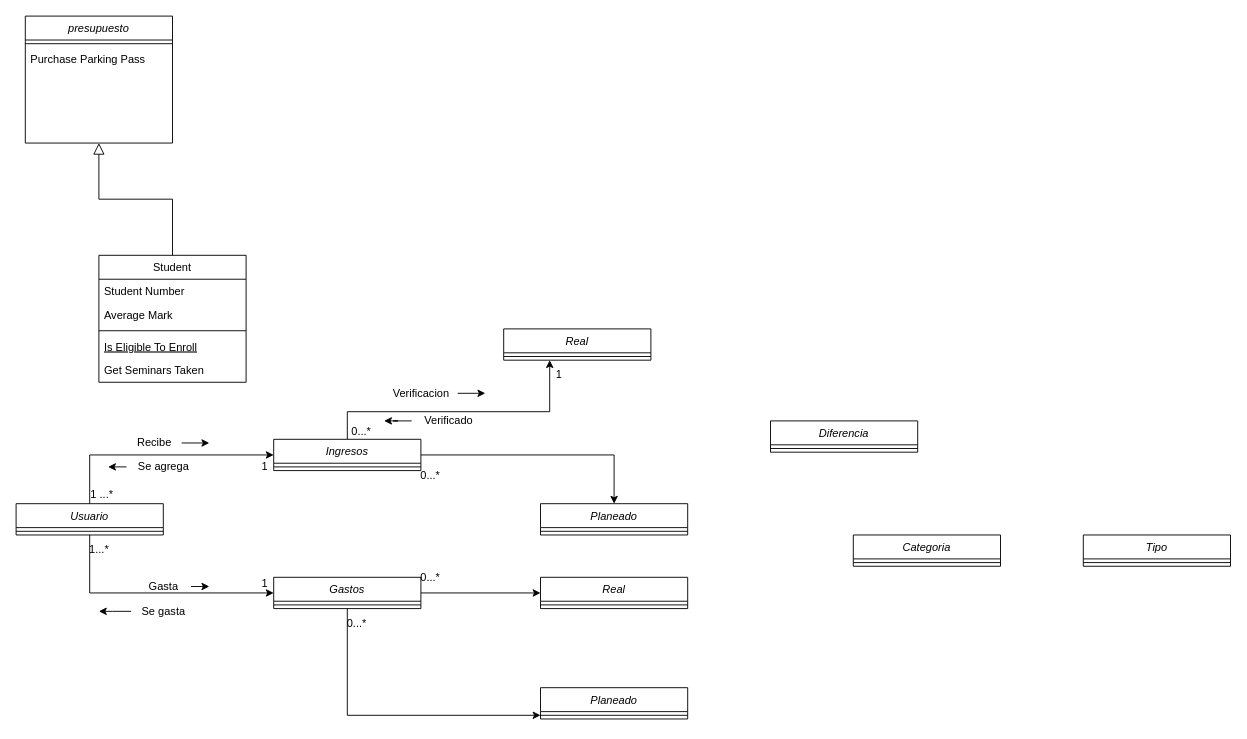
The draw.io diagram page "Anemico" (1 of 3) of Modelo de dominio.drawio in DOOPan2022/Presupuesto, before the edit. Source tidied: cells renumbered, new cells numbered last; positions are measured from the earlier drawing's top-left corner, leaving out a move shared by most shapes. Both pictures are drawn from the tidied source at 92%, with x=0, y=0 at pixel (16, 16).
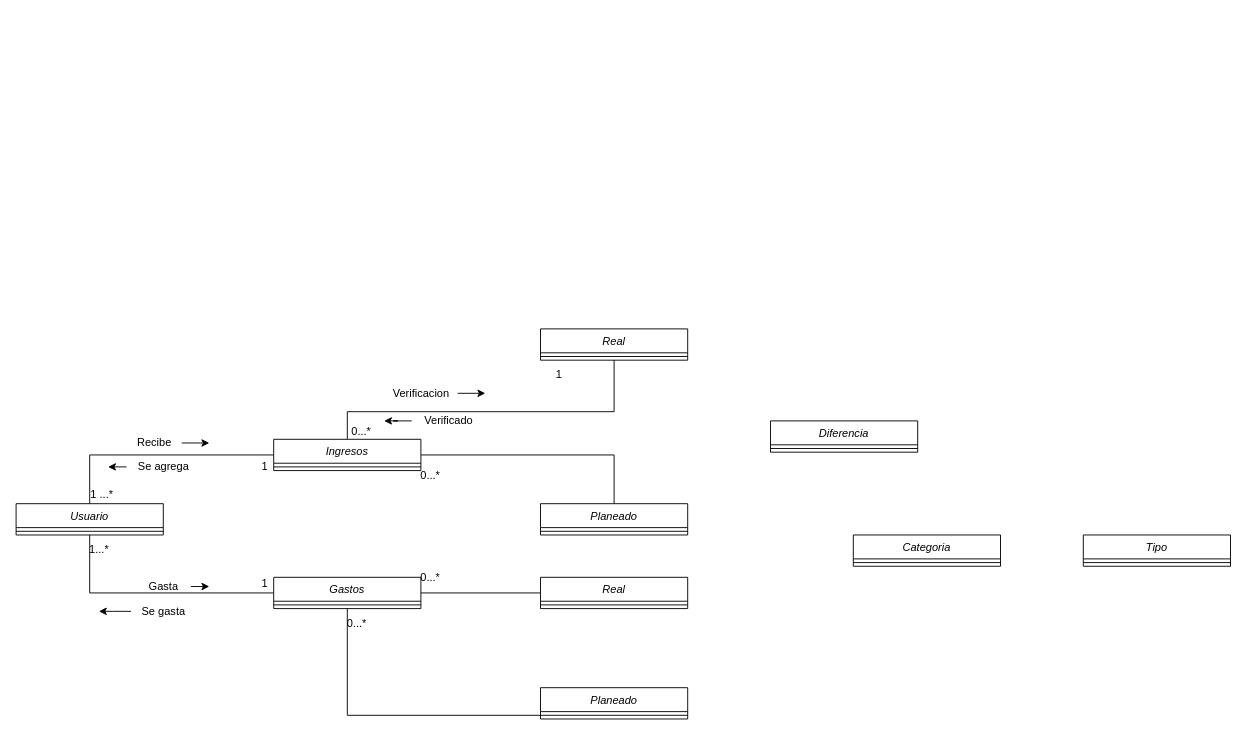
Above is the later version.

The change refers to these unchanged cells:
```xml
<mxCell id="14" value="Usuario" style="swimlane;fontStyle=2;align=center;verticalAlign=top;horizontal=1;startSize=26;rounded=0;shadow=0;strokeWidth=1;" parent="1" vertex="1">
  <mxGeometry y="530" width="160" height="34" as="geometry" />
</mxCell>
<mxCell id="18" value="Ingresos" style="swimlane;fontStyle=2;align=center;verticalAlign=top;horizontal=1;startSize=26;rounded=0;shadow=0;strokeWidth=1;" parent="1" vertex="1">
  <mxGeometry x="280" y="460" width="160" height="34" as="geometry" />
</mxCell>
<mxCell id="22" value="Gastos" style="swimlane;fontStyle=2;align=center;verticalAlign=top;horizontal=1;startSize=26;rounded=0;shadow=0;strokeWidth=1;" parent="1" vertex="1">
  <mxGeometry x="280" y="610" width="160" height="34" as="geometry" />
</mxCell>
<mxCell id="24" value="Planeado" style="swimlane;fontStyle=2;align=center;verticalAlign=top;horizontal=1;startSize=26;rounded=0;shadow=0;strokeWidth=1;" parent="1" vertex="1">
  <mxGeometry x="570" y="530" width="160" height="34" as="geometry" />
</mxCell>
<mxCell id="35" style="line;html=1;strokeWidth=1;align=left;verticalAlign=middle;spacingTop=-1;spacingLeft=3;spacingRight=3;labelPosition=right;points=[];portConstraint=eastwest;" parent="34" vertex="1">
  <mxGeometry y="26" width="160" height="8" as="geometry" />
</mxCell>
<mxCell id="36" value="Real" style="swimlane;fontStyle=2;align=center;verticalAlign=top;horizontal=1;startSize=26;rounded=0;shadow=0;strokeWidth=1;" parent="1" vertex="1">
  <mxGeometry x="570" y="610" width="160" height="34" as="geometry" />
</mxCell>
```

Change to the diagram source:
```diff
@@
-    <mxCell id="2" value="presupuesto" style="swimlane;fontStyle=2;align=center;verticalAlign=top;horizontal=1;startSize=26;rounded=0;shadow=0;strokeWidth=1;" parent="1" vertex="1">
-      <mxGeometry x="10" width="160" height="138" as="geometry" />
-    </mxCell>
-    <mxCell id="3" style="line;html=1;strokeWidth=1;align=left;verticalAlign=middle;spacingTop=-1;spacingLeft=3;spacingRight=3;labelPosition=right;" parent="2" vertex="1">
-      <mxGeometry y="26" width="160" height="8" as="geometry" />
-    </mxCell>
-    <mxCell id="4" value="Purchase Parking Pass" style="text;align=left;verticalAlign=top;spacingLeft=4;spacingRight=4;overflow=hidden;" parent="2" vertex="1">
-      <mxGeometry y="34" width="160" height="26" as="geometry" />
-    </mxCell>
-    <mxCell id="5" value="Student" style="swimlane;fontStyle=0;align=center;verticalAlign=top;horizontal=1;startSize=26;rounded=0;shadow=0;strokeWidth=1;" parent="1" vertex="1">
-      <mxGeometry x="90" y="260" width="160" height="138" as="geometry" />
-    </mxCell>
-    <mxCell id="6" value="Student Number" style="text;align=left;verticalAlign=top;spacingLeft=4;spacingRight=4;overflow=hidden;" parent="5" vertex="1">
-      <mxGeometry y="26" width="160" height="26" as="geometry" />
-    </mxCell>
-    <mxCell id="7" value="Average Mark" style="text;align=left;verticalAlign=top;spacingLeft=4;spacingRight=4;overflow=hidden;rounded=0;shadow=0;html=0;" parent="5" vertex="1">
-      <mxGeometry y="52" width="160" height="26" as="geometry" />
-    </mxCell>
-    <mxCell id="8" style="line;html=1;strokeWidth=1;align=left;verticalAlign=middle;spacingTop=-1;spacingLeft=3;spacingRight=3;labelPosition=right;" parent="5" vertex="1">
-      <mxGeometry y="78" width="160" height="8" as="geometry" />
-    </mxCell>
-    <mxCell id="9" value="Is Eligible To Enroll" style="text;align=left;verticalAlign=top;spacingLeft=4;spacingRight=4;overflow=hidden;fontStyle=4;" parent="5" vertex="1">
-      <mxGeometry y="86" width="160" height="26" as="geometry" />
-    </mxCell>
-    <mxCell id="10" value="Get Seminars Taken" style="text;align=left;verticalAlign=top;spacingLeft=4;spacingRight=4;overflow=hidden;" parent="5" vertex="1">
-      <mxGeometry y="112" width="160" height="26" as="geometry" />
-    </mxCell>
-    <mxCell id="11" style="endArrow=block;endSize=10;endFill=0;shadow=0;strokeWidth=1;rounded=0;edgeStyle=elbowEdgeStyle;elbow=vertical;" parent="1" edge="1" source="5" target="2">
-      <mxGeometry relative="1" as="geometry" />
-    </mxCell>
-    <mxCell id="12" style="edgeStyle=orthogonalEdgeStyle;rounded=0;jettySize=auto;html=1;entryX=0;entryY=0.5;entryDx=0;entryDy=0;" parent="1" edge="1" source="14" target="18">
+    <mxCell id="12" style="edgeStyle=orthogonalEdgeStyle;rounded=0;jettySize=auto;html=1;entryX=0;entryY=0.5;entryDx=0;entryDy=0;endArrow=none;endFill=0;" parent="1" edge="1" source="14" target="18">
       <mxGeometry relative="1" as="geometry">
         <Array as="points">
           <mxPoint x="80" y="477" />
         </Array>
       </mxGeometry>
     </mxCell>
-    <mxCell id="13" style="edgeStyle=orthogonalEdgeStyle;rounded=0;jettySize=auto;html=1;" parent="1" edge="1" source="14" target="22">
+    <mxCell id="13" style="edgeStyle=orthogonalEdgeStyle;rounded=0;jettySize=auto;html=1;endArrow=none;endFill=0;" parent="1" edge="1" source="14" target="22">
       <mxGeometry relative="1" as="geometry">
         <Array as="points">
           <mxPoint x="80" y="627" />
         </Array>
       </mxGeometry>
     </mxCell>
@@
-    <mxCell id="16" style="edgeStyle=orthogonalEdgeStyle;rounded=0;jettySize=auto;html=1;" parent="1" edge="1" source="18" target="26">
+    <mxCell id="16" style="edgeStyle=orthogonalEdgeStyle;rounded=0;jettySize=auto;html=1;endArrow=none;endFill=0;" parent="1" edge="1" source="18" target="26">
       <mxGeometry relative="1" as="geometry">
         <Array as="points">
           <mxPoint x="360" y="430" />
-          <mxPoint x="580" y="430" />
+          <mxPoint x="650" y="430" />
         </Array>
       </mxGeometry>
     </mxCell>
-    <mxCell id="17" style="edgeStyle=orthogonalEdgeStyle;rounded=0;jettySize=auto;html=1;entryX=0.5;entryY=0;entryDx=0;entryDy=0;" parent="1" edge="1" source="18" target="24">
+    <mxCell id="17" style="edgeStyle=orthogonalEdgeStyle;rounded=0;jettySize=auto;html=1;entryX=0.5;entryY=0;entryDx=0;entryDy=0;endArrow=none;endFill=0;" parent="1" edge="1" source="18" target="24">
       <mxGeometry relative="1" as="geometry">
         <Array as="points">
           <mxPoint x="650" y="477" />
         </Array>
       </mxGeometry>
     </mxCell>
@@
-    <mxCell id="20" style="edgeStyle=orthogonalEdgeStyle;rounded=0;jettySize=auto;html=1;" parent="1" edge="1" source="22" target="36">
+    <mxCell id="20" style="edgeStyle=orthogonalEdgeStyle;rounded=0;jettySize=auto;html=1;endArrow=none;endFill=0;" parent="1" edge="1" source="22" target="36">
       <mxGeometry relative="1" as="geometry" />
     </mxCell>
-    <mxCell id="21" style="edgeStyle=orthogonalEdgeStyle;rounded=0;jettySize=auto;html=1;" parent="1" edge="1" source="22" target="35">
+    <mxCell id="21" style="edgeStyle=orthogonalEdgeStyle;rounded=0;jettySize=auto;html=1;endArrow=none;endFill=0;" parent="1" edge="1" source="22" target="35">
       <mxGeometry relative="1" as="geometry" />
     </mxCell>
@@
     <mxCell id="26" value="Real" style="swimlane;fontStyle=2;align=center;verticalAlign=top;horizontal=1;startSize=26;rounded=0;shadow=0;strokeWidth=1;" parent="1" vertex="1">
-      <mxGeometry x="530" y="340" width="160" height="34" as="geometry" />
+      <mxGeometry x="570" y="340" width="160" height="34" as="geometry" />
     </mxCell>
```
